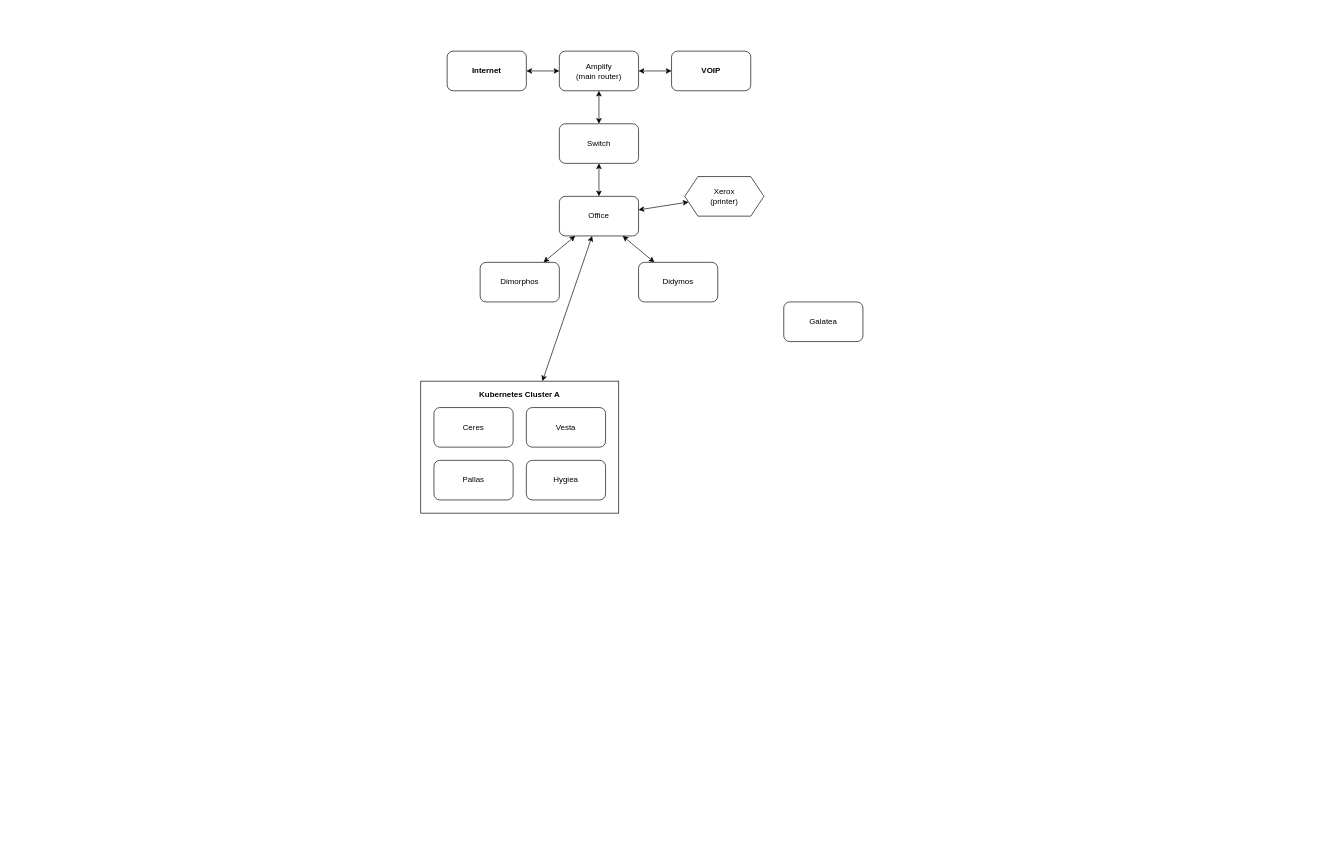
The draw.io diagram Untitled Diagram.drawio in uhuntgx00/try_git, before the edit. Source tidied: cells renumbered, new cells numbered last; positions are measured from the earlier drawing's top-left corner, leaving out a move shared by most shapes. Both pictures are drawn from the tidied source at 66%, with x=0, y=0 at pixel (420, 51).
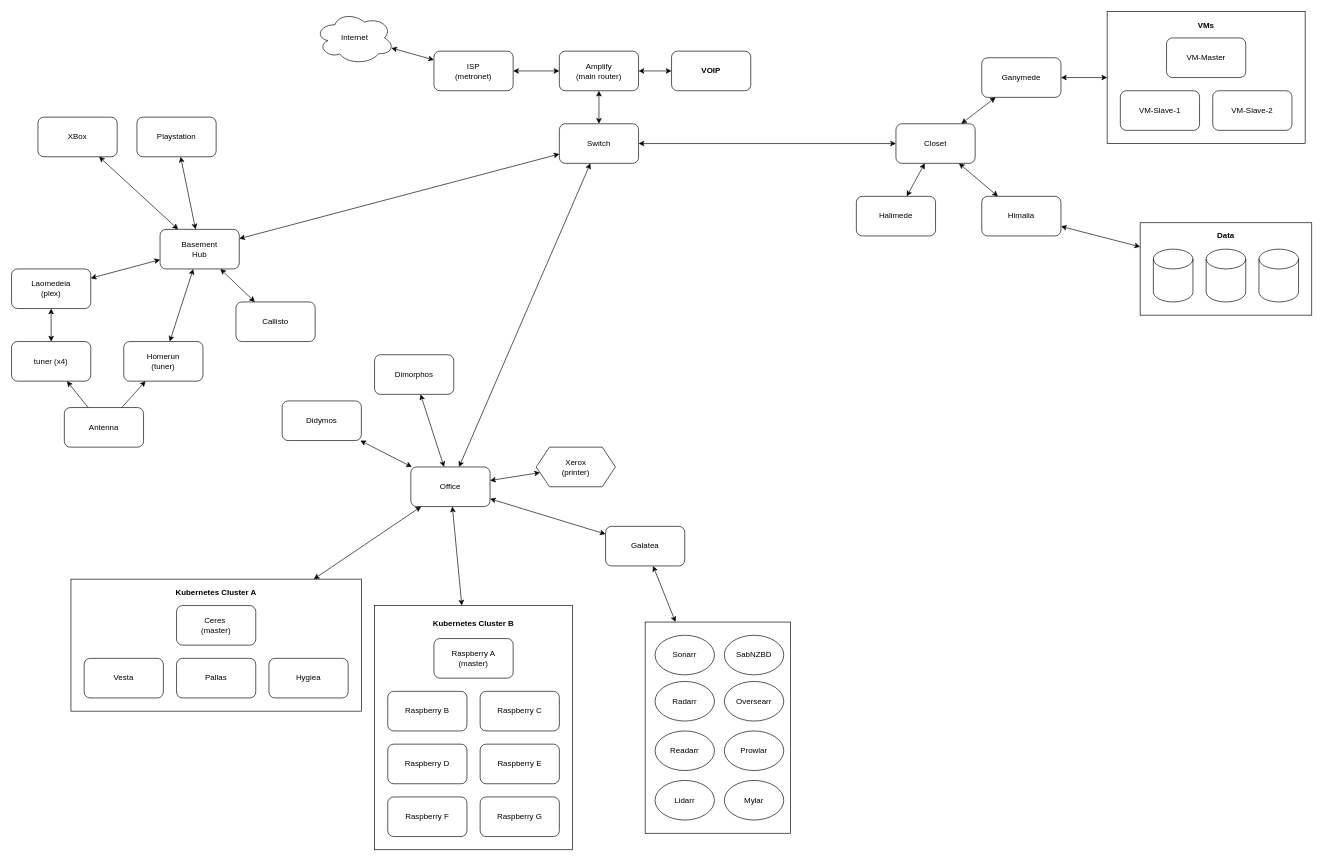
The same diagram, later.

The change refers to these unchanged cells:
```xml
<mxCell id="3" value="Amplify&lt;br&gt;(main router)" style="rounded=1;whiteSpace=wrap;html=1;" parent="1" vertex="1">
  <mxGeometry x="210" width="120" height="60" as="geometry" />
</mxCell>
<mxCell id="4" value="Switch" style="rounded=1;whiteSpace=wrap;html=1;" parent="1" vertex="1">
  <mxGeometry x="210" y="110" width="120" height="60" as="geometry" />
</mxCell>
```

What changed in the source:
```diff
@@
-    <mxCell id="2" value="Internet" style="rounded=1;whiteSpace=wrap;html=1;fontStyle=1;" parent="1" vertex="1">
-      <mxGeometry x="40" width="120" height="60" as="geometry" />
-    </mxCell>
@@
-    <mxCell id="6" style="endArrow=classic;startArrow=classic;html=1;rounded=0;" parent="1" edge="1" source="2" target="3">
+    <mxCell id="6" style="endArrow=classic;startArrow=classic;html=1;rounded=0;" parent="1" edge="1" source="2" target="56">
       <mxGeometry relative="1" as="geometry" />
     </mxCell>
@@
     <mxCell id="9" value="Office" style="rounded=1;whiteSpace=wrap;html=1;" parent="1" vertex="1">
-      <mxGeometry x="210" y="220" width="120" height="60" as="geometry" />
+      <mxGeometry x="-15" y="630" width="120" height="60" as="geometry" />
     </mxCell>
@@
     <mxCell id="11" value="Xerox&lt;br&gt;(printer)" style="shape=hexagon;perimeter=hexagonPerimeter2;whiteSpace=wrap;html=1;fixedSize=1;" parent="1" vertex="1">
-      <mxGeometry x="400" y="190" width="120" height="60" as="geometry" />
+      <mxGeometry x="175" y="600" width="120" height="60" as="geometry" />
     </mxCell>
@@
     <mxCell id="13" value="Dimorphos" style="rounded=1;whiteSpace=wrap;html=1;" parent="1" vertex="1">
-      <mxGeometry x="90" y="320" width="120" height="60" as="geometry" />
+      <mxGeometry x="-70" y="460" width="120" height="60" as="geometry" />
     </mxCell>
     <mxCell id="14" value="Didymos" style="rounded=1;whiteSpace=wrap;html=1;" parent="1" vertex="1">
-      <mxGeometry x="330" y="320" width="120" height="60" as="geometry" />
+      <mxGeometry x="-210" y="530" width="120" height="60" as="geometry" />
     </mxCell>
-    <mxCell id="15" style="group;" parent="1" vertex="1">
-      <mxGeometry y="500" width="300" height="200" as="geometry" />
-    </mxCell>
+    <mxCell id="21" style="endArrow=classic;startArrow=classic;html=1;rounded=0;" parent="1" edge="1" source="13" target="9">
+      <mxGeometry relative="1" as="geometry" />
+    </mxCell>
+    <mxCell id="22" style="endArrow=classic;startArrow=classic;html=1;rounded=0;" parent="1" edge="1" source="14" target="9">
+      <mxGeometry relative="1" as="geometry" />
+    </mxCell>
+    <mxCell id="23" style="endArrow=classic;startArrow=classic;html=1;rounded=0;" parent="1" edge="1" source="16" target="9">
+      <mxGeometry relative="1" as="geometry" />
+    </mxCell>
+    <mxCell id="24" value="Galatea" style="rounded=1;whiteSpace=wrap;html=1;" parent="1" vertex="1">
+      <mxGeometry x="280" y="720" width="120" height="60" as="geometry" />
+    </mxCell>
+    <mxCell id="25" style="endArrow=classic;startArrow=classic;html=1;rounded=0;" parent="1" edge="1" source="24" target="9">
+      <mxGeometry relative="1" as="geometry" />
+    </mxCell>
+    <mxCell id="26" style="endArrow=classic;startArrow=classic;html=1;rounded=0;" parent="1" edge="1" source="28" target="9">
+      <mxGeometry relative="1" as="geometry" />
+    </mxCell>
+    <mxCell id="27" style="group;" parent="1" vertex="1">
+      <mxGeometry x="-70" y="840" width="300" height="370" as="geometry" />
+    </mxCell>
+    <mxCell id="28" value="&lt;b&gt;Kubernetes Cluster B&lt;br&gt;&lt;br&gt;&lt;br&gt;&lt;br&gt;&lt;br&gt;&lt;br&gt;&lt;br&gt;&lt;br&gt;&lt;br&gt;&lt;br&gt;&lt;br&gt;&lt;br&gt;&lt;br&gt;&lt;br&gt;&lt;br&gt;&lt;br&gt;&lt;br&gt;&lt;br&gt;&lt;br&gt;&lt;br&gt;&lt;br&gt;&lt;br&gt;&lt;br&gt;&lt;/b&gt;" style="rounded=0;whiteSpace=wrap;html=1;fontStyle=0;" parent="27" vertex="1">
+      <mxGeometry width="300" height="370" as="geometry" />
+    </mxCell>
+    <mxCell id="29" value="Raspberry A&lt;br&gt;(master)" style="rounded=1;whiteSpace=wrap;html=1;fontStyle=0;" parent="27" vertex="1">
+      <mxGeometry x="90" y="50" width="120" height="60" as="geometry" />
+    </mxCell>
+    <mxCell id="30" value="Raspberry B" style="rounded=1;whiteSpace=wrap;html=1;fontStyle=0;" parent="27" vertex="1">
+      <mxGeometry x="20" y="130" width="120" height="60" as="geometry" />
+    </mxCell>
+    <mxCell id="31" value="Raspberry C" style="rounded=1;whiteSpace=wrap;html=1;fontStyle=0;" parent="27" vertex="1">
+      <mxGeometry x="160" y="130" width="120" height="60" as="geometry" />
+    </mxCell>
+    <mxCell id="32" value="Raspberry D" style="rounded=1;whiteSpace=wrap;html=1;fontStyle=0;" parent="27" vertex="1">
+      <mxGeometry x="20" y="210" width="120" height="60" as="geometry" />
+    </mxCell>
+    <mxCell id="33" value="Raspberry E" style="rounded=1;whiteSpace=wrap;html=1;fontStyle=0;" parent="27" vertex="1">
+      <mxGeometry x="160" y="210" width="120" height="60" as="geometry" />
+    </mxCell>
+    <mxCell id="34" value="Raspberry F" style="rounded=1;whiteSpace=wrap;html=1;fontStyle=0;" parent="27" vertex="1">
+      <mxGeometry x="20" y="290" width="120" height="60" as="geometry" />
+    </mxCell>
+    <mxCell id="35" value="Raspberry G" style="rounded=1;whiteSpace=wrap;html=1;fontStyle=0;" parent="27" vertex="1">
+      <mxGeometry x="160" y="290" width="120" height="60" as="geometry" />
+    </mxCell>
+    <mxCell id="36" style="group;" parent="1" vertex="1">
+      <mxGeometry x="-530" y="800" width="440" height="200" as="geometry" />
+    </mxCell>
-    <mxCell id="16" value="&lt;b&gt;Kubernetes Cluster A&lt;br&gt;&lt;br&gt;&lt;br&gt;&lt;br&gt;&lt;br&gt;&lt;br&gt;&lt;br&gt;&lt;br&gt;&lt;br&gt;&lt;br&gt;&lt;br&gt;&lt;br&gt;&lt;/b&gt;" style="rounded=0;whiteSpace=wrap;html=1;align=center;" parent="15" vertex="1">
-      <mxGeometry width="300" height="200" as="geometry" />
+    <mxCell id="16" value="&lt;b&gt;Kubernetes Cluster A&lt;br&gt;&lt;br&gt;&lt;br&gt;&lt;br&gt;&lt;br&gt;&lt;br&gt;&lt;br&gt;&lt;br&gt;&lt;br&gt;&lt;br&gt;&lt;br&gt;&lt;br&gt;&lt;/b&gt;" style="rounded=0;whiteSpace=wrap;html=1;align=center;" parent="36" vertex="1">
+      <mxGeometry width="440" height="200" as="geometry" />
     </mxCell>
-    <mxCell id="17" value="Ceres" style="rounded=1;whiteSpace=wrap;html=1;" parent="15" vertex="1">
-      <mxGeometry x="20" y="40" width="120" height="60" as="geometry" />
+    <mxCell id="17" value="Ceres&amp;nbsp;&lt;br&gt;(master)" style="rounded=1;whiteSpace=wrap;html=1;" parent="36" vertex="1">
+      <mxGeometry x="160" y="40" width="120" height="60" as="geometry" />
     </mxCell>
-    <mxCell id="18" value="Vesta" style="rounded=1;whiteSpace=wrap;html=1;" parent="15" vertex="1">
-      <mxGeometry x="160" y="40" width="120" height="60" as="geometry" />
+    <mxCell id="18" value="Vesta" style="rounded=1;whiteSpace=wrap;html=1;" parent="36" vertex="1">
+      <mxGeometry x="20" y="120" width="120" height="60" as="geometry" />
     </mxCell>
-    <mxCell id="19" value="Pallas" style="rounded=1;whiteSpace=wrap;html=1;" parent="15" vertex="1">
-      <mxGeometry x="20" y="120" width="120" height="60" as="geometry" />
+    <mxCell id="19" value="Pallas" style="rounded=1;whiteSpace=wrap;html=1;" parent="36" vertex="1">
+      <mxGeometry x="160" y="120" width="120" height="60" as="geometry" />
     </mxCell>
-    <mxCell id="20" value="Hygiea" style="rounded=1;whiteSpace=wrap;html=1;" parent="15" vertex="1">
-      <mxGeometry x="160" y="120" width="120" height="60" as="geometry" />
+    <mxCell id="20" value="Hygiea" style="rounded=1;whiteSpace=wrap;html=1;" parent="36" vertex="1">
+      <mxGeometry x="300" y="120" width="120" height="60" as="geometry" />
     </mxCell>
-    <mxCell id="21" style="endArrow=classic;startArrow=classic;html=1;rounded=0;" parent="1" edge="1" source="13" target="9">
-      <mxGeometry relative="1" as="geometry" />
-    </mxCell>
-    <mxCell id="22" style="endArrow=classic;startArrow=classic;html=1;rounded=0;" parent="1" edge="1" source="14" target="9">
-      <mxGeometry relative="1" as="geometry" />
-    </mxCell>
-    <mxCell id="23" style="endArrow=classic;startArrow=classic;html=1;rounded=0;" parent="1" edge="1" source="16" target="9">
-      <mxGeometry relative="1" as="geometry" />
-    </mxCell>
-    <mxCell id="24" value="Galatea" style="rounded=1;whiteSpace=wrap;html=1;" parent="1" vertex="1">
-      <mxGeometry x="550" y="380" width="120" height="60" as="geometry" />
-    </mxCell>
+    <mxCell id="37" value="Closet" style="rounded=1;whiteSpace=wrap;html=1;" parent="1" vertex="1">
+      <mxGeometry x="720" y="110" width="120" height="60" as="geometry" />
+    </mxCell>
+    <mxCell id="38" style="endArrow=classic;startArrow=classic;html=1;rounded=0;" parent="1" edge="1" source="4" target="37">
+      <mxGeometry relative="1" as="geometry" />
+    </mxCell>
+    <mxCell id="39" value="Halimede" style="rounded=1;whiteSpace=wrap;html=1;" parent="1" vertex="1">
+      <mxGeometry x="660" y="220" width="120" height="60" as="geometry" />
+    </mxCell>
+    <mxCell id="40" value="Himalia" style="rounded=1;whiteSpace=wrap;html=1;" parent="1" vertex="1">
+      <mxGeometry x="850" y="220" width="120" height="60" as="geometry" />
+    </mxCell>
+    <mxCell id="41" value="Ganymede" style="rounded=1;whiteSpace=wrap;html=1;" parent="1" vertex="1">
+      <mxGeometry x="850" y="10" width="120" height="60" as="geometry" />
+    </mxCell>
+    <mxCell id="42" style="endArrow=classic;startArrow=classic;html=1;rounded=0;" parent="1" edge="1" source="37" target="41">
+      <mxGeometry relative="1" as="geometry" />
+    </mxCell>
+    <mxCell id="43" style="endArrow=classic;startArrow=classic;html=1;rounded=0;" parent="1" edge="1" source="37" target="40">
+      <mxGeometry relative="1" as="geometry" />
+    </mxCell>
+    <mxCell id="44" style="endArrow=classic;startArrow=classic;html=1;rounded=0;" parent="1" edge="1" source="39" target="37">
+      <mxGeometry relative="1" as="geometry" />
+    </mxCell>
+    <mxCell id="45" style="endArrow=classic;startArrow=classic;html=1;rounded=0;" parent="1" edge="1" source="41" target="47">
+      <mxGeometry relative="1" as="geometry" />
+    </mxCell>
+    <mxCell id="46" style="group;" parent="1" vertex="1">
+      <mxGeometry x="1040" y="-60" width="300" height="200" as="geometry" />
+    </mxCell>
+    <mxCell id="47" value="&lt;b&gt;VMs&lt;br&gt;&lt;br&gt;&lt;br&gt;&lt;br&gt;&lt;br&gt;&lt;br&gt;&lt;br&gt;&lt;br&gt;&lt;br&gt;&lt;br&gt;&lt;br&gt;&lt;br&gt;&lt;/b&gt;" style="rounded=0;whiteSpace=wrap;html=1;" parent="46" vertex="1">
+      <mxGeometry width="300" height="200" as="geometry" />
+    </mxCell>
+    <mxCell id="48" value="VM-Master" style="rounded=1;whiteSpace=wrap;html=1;" parent="46" vertex="1">
+      <mxGeometry x="90" y="40" width="120" height="60" as="geometry" />
+    </mxCell>
+    <mxCell id="49" value="VM-Slave-1" style="rounded=1;whiteSpace=wrap;html=1;" parent="46" vertex="1">
+      <mxGeometry x="20" y="120" width="120" height="60" as="geometry" />
+    </mxCell>
+    <mxCell id="50" value="VM-Slave-2" style="rounded=1;whiteSpace=wrap;html=1;" parent="46" vertex="1">
+      <mxGeometry x="160" y="120" width="120" height="60" as="geometry" />
+    </mxCell>
+    <mxCell id="51" style="endArrow=classic;startArrow=classic;html=1;rounded=0;" parent="1" edge="1" source="40" target="52">
+      <mxGeometry relative="1" as="geometry" />
+    </mxCell>
+    <mxCell id="52" value="&lt;b&gt;Data&lt;br&gt;&lt;br&gt;&lt;br&gt;&lt;br&gt;&lt;br&gt;&lt;br&gt;&lt;br&gt;&lt;br&gt;&lt;/b&gt;" style="rounded=0;whiteSpace=wrap;html=1;" parent="1" vertex="1">
+      <mxGeometry x="1090" y="260" width="260" height="140" as="geometry" />
+    </mxCell>
+    <mxCell id="53" style="shape=cylinder3;whiteSpace=wrap;html=1;boundedLbl=1;backgroundOutline=1;size=15;" parent="1" vertex="1">
+      <mxGeometry x="1110" y="300" width="60" height="80" as="geometry" />
+    </mxCell>
+    <mxCell id="54" style="shape=cylinder3;whiteSpace=wrap;html=1;boundedLbl=1;backgroundOutline=1;size=15;" parent="1" vertex="1">
+      <mxGeometry x="1190" y="300" width="60" height="80" as="geometry" />
+    </mxCell>
+    <mxCell id="55" style="shape=cylinder3;whiteSpace=wrap;html=1;boundedLbl=1;backgroundOutline=1;size=15;" parent="1" vertex="1">
+      <mxGeometry x="1270" y="300" width="60" height="80" as="geometry" />
+    </mxCell>
+    <mxCell id="2" value="Internet" style="ellipse;shape=cloud;whiteSpace=wrap;html=1;" parent="1" vertex="1">
+      <mxGeometry x="-160" y="-60" width="120" height="80" as="geometry" />
+    </mxCell>
+    <mxCell id="56" value="ISP&lt;br&gt;(metronet)" style="rounded=1;whiteSpace=wrap;html=1;" parent="1" vertex="1">
+      <mxGeometry x="20" width="120" height="60" as="geometry" />
+    </mxCell>
+    <mxCell id="57" style="endArrow=classic;startArrow=classic;html=1;rounded=0;" parent="1" edge="1" source="56" target="3">
+      <mxGeometry relative="1" as="geometry" />
+    </mxCell>
+    <mxCell id="58" value="Basement&lt;br&gt;Hub" style="rounded=1;whiteSpace=wrap;html=1;" parent="1" vertex="1">
+      <mxGeometry x="-395" y="270" width="120" height="60" as="geometry" />
+    </mxCell>
+    <mxCell id="59" style="endArrow=classic;startArrow=classic;html=1;rounded=0;" parent="1" edge="1" source="58" target="4">
+      <mxGeometry relative="1" as="geometry" />
+    </mxCell>
+    <mxCell id="60" value="Callisto" style="rounded=1;whiteSpace=wrap;html=1;" parent="1" vertex="1">
+      <mxGeometry x="-280" y="380" width="120" height="60" as="geometry" />
+    </mxCell>
+    <mxCell id="61" value="Laomedeia&lt;br&gt;(plex)" style="rounded=1;whiteSpace=wrap;html=1;" parent="1" vertex="1">
+      <mxGeometry x="-620" y="330" width="120" height="60" as="geometry" />
+    </mxCell>
+    <mxCell id="62" style="endArrow=classic;startArrow=classic;html=1;rounded=0;" parent="1" edge="1" source="61" target="58">
+      <mxGeometry relative="1" as="geometry" />
+    </mxCell>
+    <mxCell id="63" style="endArrow=classic;startArrow=classic;html=1;rounded=0;" parent="1" edge="1" source="60" target="58">
+      <mxGeometry relative="1" as="geometry" />
+    </mxCell>
+    <mxCell id="64" style="group;" parent="1" vertex="1">
+      <mxGeometry x="340" y="865" width="220" height="320" as="geometry" />
+    </mxCell>
+    <mxCell id="65" style="rounded=0;whiteSpace=wrap;html=1;" parent="64" vertex="1">
+      <mxGeometry width="220" height="320" as="geometry" />
+    </mxCell>
+    <mxCell id="66" value="Sonarr" style="ellipse;whiteSpace=wrap;html=1;" parent="64" vertex="1">
+      <mxGeometry x="15" y="20" width="90" height="60" as="geometry" />
+    </mxCell>
+    <mxCell id="67" value="Radarr" style="ellipse;whiteSpace=wrap;html=1;" parent="64" vertex="1">
+      <mxGeometry x="15" y="90" width="90" height="60" as="geometry" />
+    </mxCell>
+    <mxCell id="68" value="Readarr" style="ellipse;whiteSpace=wrap;html=1;" parent="64" vertex="1">
+      <mxGeometry x="15" y="165" width="90" height="60" as="geometry" />
+    </mxCell>
+    <mxCell id="69" value="Lidarr" style="ellipse;whiteSpace=wrap;html=1;" parent="64" vertex="1">
+      <mxGeometry x="15" y="240" width="90" height="60" as="geometry" />
+    </mxCell>
+    <mxCell id="70" value="Mylar" style="ellipse;whiteSpace=wrap;html=1;" parent="64" vertex="1">
+      <mxGeometry x="120" y="240" width="90" height="60" as="geometry" />
+    </mxCell>
+    <mxCell id="71" value="SabNZBD" style="ellipse;whiteSpace=wrap;html=1;" parent="64" vertex="1">
+      <mxGeometry x="120" y="20" width="90" height="60" as="geometry" />
+    </mxCell>
+    <mxCell id="72" value="Oversearr" style="ellipse;whiteSpace=wrap;html=1;" parent="64" vertex="1">
+      <mxGeometry x="120" y="90" width="90" height="60" as="geometry" />
+    </mxCell>
+    <mxCell id="73" value="Prowlar" style="ellipse;whiteSpace=wrap;html=1;" parent="64" vertex="1">
+      <mxGeometry x="120" y="165" width="90" height="60" as="geometry" />
+    </mxCell>
+    <mxCell id="74" style="endArrow=classic;startArrow=classic;html=1;rounded=0;" parent="1" edge="1" source="65" target="24">
+      <mxGeometry relative="1" as="geometry" />
+    </mxCell>
+    <mxCell id="75" value="Homerun &lt;br&gt;(tuner)" style="rounded=1;whiteSpace=wrap;html=1;" parent="1" vertex="1">
+      <mxGeometry x="-450" y="440" width="120" height="60" as="geometry" />
+    </mxCell>
+    <mxCell id="76" style="endArrow=classic;startArrow=classic;html=1;rounded=0;" parent="1" edge="1" source="75" target="58">
+      <mxGeometry relative="1" as="geometry" />
+    </mxCell>
+    <mxCell id="77" value="tuner (x4)" style="rounded=1;whiteSpace=wrap;html=1;" parent="1" vertex="1">
+      <mxGeometry x="-620" y="440" width="120" height="60" as="geometry" />
+    </mxCell>
+    <mxCell id="78" style="endArrow=classic;startArrow=classic;html=1;rounded=0;" parent="1" edge="1" source="77" target="61">
+      <mxGeometry relative="1" as="geometry" />
+    </mxCell>
+    <mxCell id="79" value="Antenna" style="rounded=1;whiteSpace=wrap;html=1;" parent="1" vertex="1">
+      <mxGeometry x="-540" y="540" width="120" height="60" as="geometry" />
+    </mxCell>
+    <mxCell id="80" style="endArrow=classic;html=1;rounded=0;" parent="1" edge="1" source="79" target="75">
+      <mxGeometry relative="1" as="geometry" />
+    </mxCell>
+    <mxCell id="81" style="endArrow=classic;html=1;rounded=0;" parent="1" edge="1" source="79" target="77">
+      <mxGeometry relative="1" as="geometry" />
+    </mxCell>
+    <mxCell id="82" value="XBox" style="rounded=1;whiteSpace=wrap;html=1;" parent="1" vertex="1">
+      <mxGeometry x="-580" y="100" width="120" height="60" as="geometry" />
+    </mxCell>
+    <mxCell id="83" value="Playstation" style="rounded=1;whiteSpace=wrap;html=1;" parent="1" vertex="1">
+      <mxGeometry x="-430" y="100" width="120" height="60" as="geometry" />
+    </mxCell>
+    <mxCell id="84" style="endArrow=classic;startArrow=classic;html=1;rounded=0;" parent="1" edge="1" source="58" target="83">
+      <mxGeometry relative="1" as="geometry" />
+    </mxCell>
+    <mxCell id="85" style="endArrow=classic;startArrow=classic;html=1;rounded=0;" parent="1" edge="1" source="58" target="82">
+      <mxGeometry relative="1" as="geometry" />
+    </mxCell>
```
